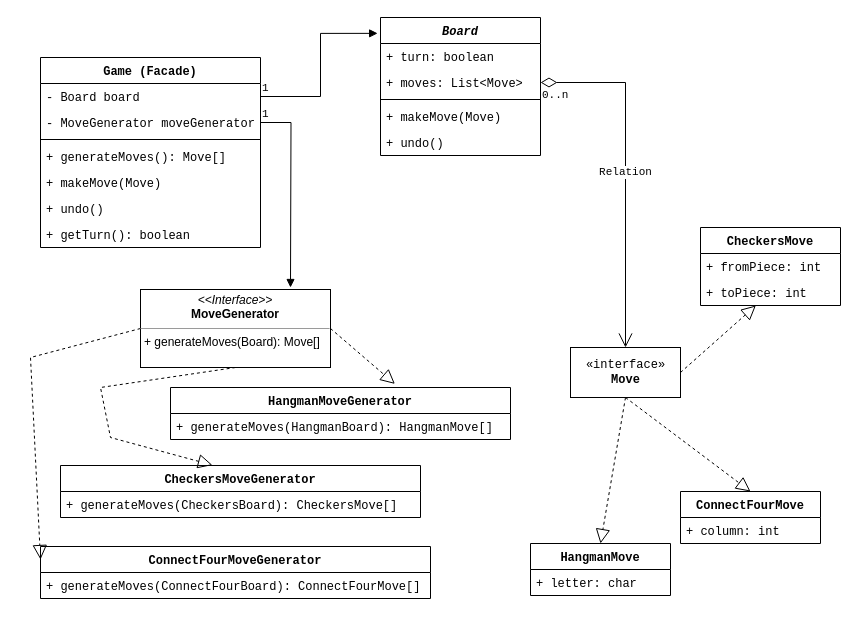
Earlier version of the draw.io diagram doc/uml.drawio (amygrinn/cps240-term-project). Source tidied: cells renumbered, new cells numbered last; positions are measured from the earlier drawing's top-left corner, leaving out a move shared by most shapes. Both pictures are drawn from the tidied source at 100%, with x=0, y=0 at pixel (30, 17).
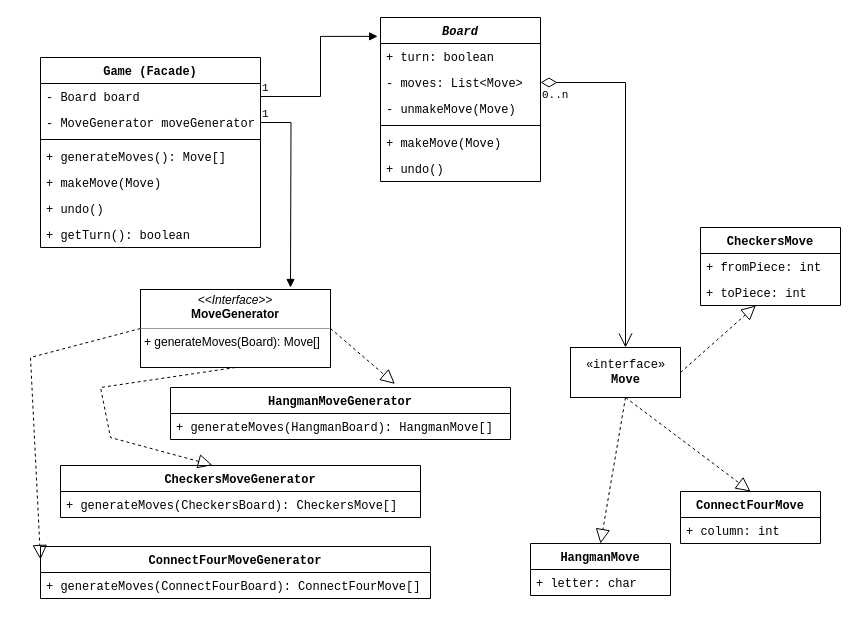
The same diagram, later.

Unchanged cells that the change refers to:
```xml
<mxCell id="17" value="«interface»&lt;br&gt;&lt;b&gt;Move&lt;/b&gt;" style="html=1;fontFamily=Courier New;" parent="1" vertex="1">
  <mxGeometry x="540" y="330" width="110" height="50" as="geometry" />
</mxCell>
```

The edit, as a diff of the source:
```diff
@@
     <mxCell id="21" value="Board" style="swimlane;fontStyle=3;align=center;verticalAlign=top;horizontal=1;startSize=26;fontFamily=Courier New;" parent="1" vertex="1">
-      <mxGeometry x="350" width="160" height="138" as="geometry" />
+      <mxGeometry x="350" width="160" height="164" as="geometry" />
     </mxCell>
@@
-    <mxCell id="23" value="+ moves: List&lt;Move&gt;" style="text;strokeColor=none;fillColor=none;align=left;verticalAlign=top;spacingLeft=4;spacingRight=4;overflow=hidden;points=[[0,0.5],[1,0.5]];portConstraint=eastwest;fontFamily=Courier New;" parent="21" vertex="1">
+    <mxCell id="23" value="- moves: List&lt;Move&gt;" style="text;strokeColor=none;fillColor=none;align=left;verticalAlign=top;spacingLeft=4;spacingRight=4;overflow=hidden;points=[[0,0.5],[1,0.5]];portConstraint=eastwest;fontFamily=Courier New;" parent="21" vertex="1">
       <mxGeometry y="52" width="160" height="26" as="geometry" />
     </mxCell>
+    <mxCell id="43" value="- unmakeMove(Move)" style="text;strokeColor=none;fillColor=none;align=left;verticalAlign=top;spacingLeft=4;spacingRight=4;overflow=hidden;fontFamily=Courier New;" parent="21" vertex="1">
+      <mxGeometry y="78" width="160" height="26" as="geometry" />
+    </mxCell>
     <mxCell id="24" style="line;strokeWidth=1;fillColor=none;align=left;verticalAlign=middle;spacingTop=-1;spacingLeft=3;spacingRight=3;labelPosition=right;strokeColor=inherit;fontFamily=Courier New;" parent="21" vertex="1">
-      <mxGeometry y="78" width="160" height="8" as="geometry" />
+      <mxGeometry y="104" width="160" height="8" as="geometry" />
     </mxCell>
     <mxCell id="25" value="+ makeMove(Move)" style="text;strokeColor=none;fillColor=none;align=left;verticalAlign=top;spacingLeft=4;spacingRight=4;overflow=hidden;fontFamily=Courier New;" parent="21" vertex="1">
-      <mxGeometry y="86" width="160" height="26" as="geometry" />
+      <mxGeometry y="112" width="160" height="26" as="geometry" />
     </mxCell>
     <mxCell id="26" value="+ undo()" style="text;strokeColor=none;fillColor=none;align=left;verticalAlign=top;spacingLeft=4;spacingRight=4;overflow=hidden;fontFamily=Courier New;" parent="21" vertex="1">
-      <mxGeometry y="112" width="160" height="26" as="geometry" />
+      <mxGeometry y="138" width="160" height="26" as="geometry" />
     </mxCell>
-    <mxCell id="27" value="Relation" style="endArrow=open;html=1;endSize=12;startArrow=diamondThin;startSize=14;startFill=0;edgeStyle=orthogonalEdgeStyle;rounded=0;fontFamily=Courier New;entryX=0.5;entryY=0;entryDx=0;entryDy=0;" parent="1" edge="1" source="23" target="17">
+    <mxCell id="27" style="endArrow=open;html=1;endSize=12;startArrow=diamondThin;startSize=14;startFill=0;edgeStyle=orthogonalEdgeStyle;rounded=0;fontFamily=Courier New;entryX=0.5;entryY=0;entryDx=0;entryDy=0;" parent="1" edge="1" source="23" target="17">
       <mxGeometry relative="1" as="geometry" />
     </mxCell>
```
